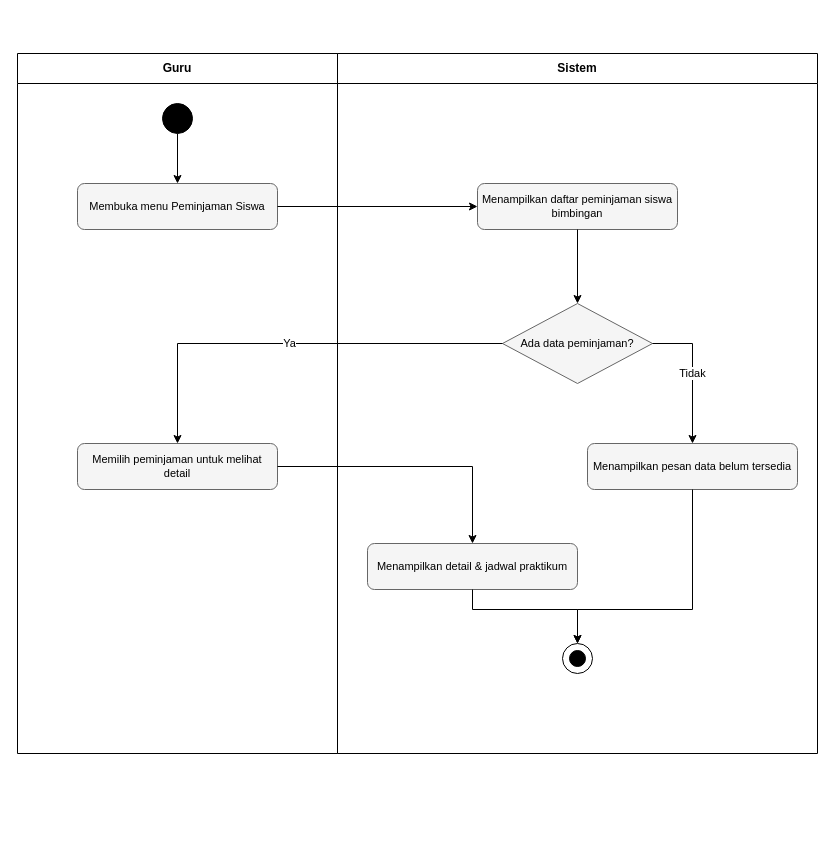
misbahlmnr/manajemen-alat-app keeps this draw.io diagram as docs/activity-diagrams/07-monitoring.drawio. Above is the earlier version. Source tidied: cells renumbered, new cells numbered last; positions are measured from the earlier drawing's top-left corner, leaving out a move shared by most shapes. Both pictures are drawn from the tidied source at 100%, with x=0, y=0 at pixel (17, 53).
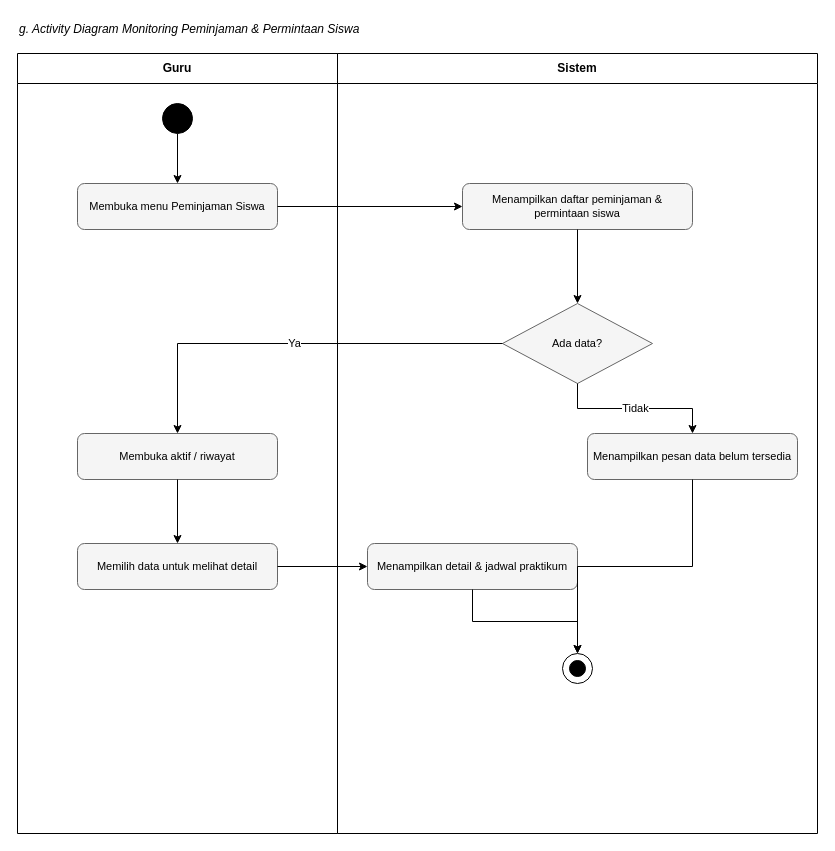
The same page after the edit.

Unchanged cells that the change refers to:
```xml
<mxCell id="10" value="Menampilkan detail &amp; jadwal praktikum" style="rounded=1;whiteSpace=wrap;html=1;fillColor=#F5F5F5;strokeColor=#666666;fontSize=11;" parent="6" vertex="1">
  <mxGeometry x="30" y="490" width="210" height="46" as="geometry" />
</mxCell>
```

Change to the diagram source:
```diff
@@
+    <mxCell id="21" value="g. Activity Diagram Monitoring Peminjaman &amp; Permintaan Siswa" style="text;html=1;strokeColor=none;fillColor=none;fontStyle=2;fontSize=12;align=left;verticalAlign=middle;" parent="1" vertex="1">
+      <mxGeometry y="-36" width="700" height="24" as="geometry" />
+    </mxCell>
     <mxCell id="2" value="Guru" style="swimlane;html=1;startSize=30;fillColor=none;strokeColor=#000000;fontStyle=1;horizontal=1;whiteSpace=wrap;" parent="1" vertex="1">
-      <mxGeometry width="320" height="700" as="geometry" />
+      <mxGeometry width="320" height="780" as="geometry" />
     </mxCell>
+    <mxCell id="6" value="Sistem" style="swimlane;html=1;startSize=30;fillColor=none;strokeColor=#000000;fontStyle=1;horizontal=1;whiteSpace=wrap;" parent="1" vertex="1">
+      <mxGeometry x="320" width="480" height="780" as="geometry" />
+    </mxCell>
@@
-    <mxCell id="5" value="Memilih peminjaman untuk melihat detail" style="rounded=1;whiteSpace=wrap;html=1;fillColor=#F5F5F5;strokeColor=#666666;fontSize=11;" parent="2" vertex="1">
-      <mxGeometry x="60" y="390" width="200" height="46" as="geometry" />
-    </mxCell>
-    <mxCell id="6" value="Sistem" style="swimlane;html=1;startSize=30;fillColor=none;strokeColor=#000000;fontStyle=1;horizontal=1;whiteSpace=wrap;" parent="1" vertex="1">
-      <mxGeometry x="320" width="480" height="700" as="geometry" />
-    </mxCell>
-    <mxCell id="7" value="Menampilkan daftar peminjaman siswa bimbingan" style="rounded=1;whiteSpace=wrap;html=1;fillColor=#F5F5F5;strokeColor=#666666;fontSize=11;" parent="6" vertex="1">
-      <mxGeometry x="140" y="130" width="200" height="46" as="geometry" />
+    <mxCell id="7" value="Menampilkan daftar peminjaman &amp; permintaan siswa" style="rounded=1;whiteSpace=wrap;html=1;fillColor=#F5F5F5;strokeColor=#666666;fontSize=11;" parent="6" vertex="1">
+      <mxGeometry x="125" y="130" width="230" height="46" as="geometry" />
     </mxCell>
-    <mxCell id="8" value="Ada data peminjaman?" style="rhombus;whiteSpace=wrap;html=1;fillColor=#F5F5F5;strokeColor=#666666;fontSize=11;" parent="6" vertex="1">
+    <mxCell id="8" value="Ada data?" style="rhombus;whiteSpace=wrap;html=1;fillColor=#F5F5F5;strokeColor=#666666;fontSize=11;" parent="6" vertex="1">
       <mxGeometry x="165" y="250" width="150" height="80" as="geometry" />
     </mxCell>
+    <mxCell id="5" value="Membuka aktif / riwayat" style="rounded=1;whiteSpace=wrap;html=1;fillColor=#F5F5F5;strokeColor=#666666;fontSize=11;" parent="2" vertex="1">
+      <mxGeometry x="60" y="380" width="200" height="46" as="geometry" />
+    </mxCell>
     <mxCell id="9" value="Menampilkan pesan data belum tersedia" style="rounded=1;whiteSpace=wrap;html=1;fillColor=#F5F5F5;strokeColor=#666666;fontSize=11;" parent="6" vertex="1">
-      <mxGeometry x="250" y="390" width="210" height="46" as="geometry" />
+      <mxGeometry x="250" y="380" width="210" height="46" as="geometry" />
     </mxCell>
+    <mxCell id="22" value="Memilih data untuk melihat detail" style="rounded=1;whiteSpace=wrap;html=1;fillColor=#F5F5F5;strokeColor=#666666;fontSize=11;" parent="2" vertex="1">
+      <mxGeometry x="60" y="490" width="200" height="46" as="geometry" />
+    </mxCell>
@@
     <mxCell id="11" style="ellipse;html=1;fillColor=none;strokeColor=#000000;strokeWidth=1;" parent="6" vertex="1">
-      <mxGeometry x="225" y="590" width="30" height="30" as="geometry" />
+      <mxGeometry x="225" y="600" width="30" height="30" as="geometry" />
     </mxCell>
@@
-    <mxCell id="17" value="Tidak" style="edgeStyle=orthogonalEdgeStyle;rounded=0;html=1;endArrow=classic;strokeColor=#000000;exitX=1;exitY=0.5;exitDx=0;exitDy=0;" parent="1" edge="1" source="8" target="9">
+    <mxCell id="17" value="Tidak" style="edgeStyle=orthogonalEdgeStyle;rounded=0;html=1;endArrow=classic;strokeColor=#000000;" parent="1" edge="1" source="8" target="9">
       <mxGeometry relative="1" as="geometry" />
     </mxCell>
-    <mxCell id="18" style="edgeStyle=orthogonalEdgeStyle;rounded=0;html=1;endArrow=classic;strokeColor=#000000;" parent="1" edge="1" source="5" target="10">
+    <mxCell id="18" style="edgeStyle=orthogonalEdgeStyle;rounded=0;html=1;endArrow=classic;strokeColor=#000000;" parent="1" edge="1" source="5" target="22">
       <mxGeometry relative="1" as="geometry" />
     </mxCell>
-    <mxCell id="19" style="edgeStyle=orthogonalEdgeStyle;rounded=0;html=1;endArrow=classic;strokeColor=#000000;" parent="1" edge="1" source="10" target="11">
-      <mxGeometry relative="1" as="geometry">
-        <Array as="points">
-          <mxPoint x="455" y="556" />
-          <mxPoint x="560" y="556" />
-        </Array>
-      </mxGeometry>
+    <mxCell id="19" style="edgeStyle=orthogonalEdgeStyle;rounded=0;html=1;endArrow=classic;strokeColor=#000000;" parent="1" edge="1" source="22" target="10">
+      <mxGeometry relative="1" as="geometry" />
     </mxCell>
-    <mxCell id="20" style="edgeStyle=orthogonalEdgeStyle;rounded=0;html=1;endArrow=classic;strokeColor=#000000;" parent="1" edge="1" source="9" target="11">
-      <mxGeometry relative="1" as="geometry">
-        <Array as="points">
-          <mxPoint x="675" y="556" />
-          <mxPoint x="560" y="556" />
-        </Array>
-      </mxGeometry>
+    <mxCell id="20" style="edgeStyle=orthogonalEdgeStyle;rounded=0;html=1;endArrow=classic;strokeColor=#000000;" parent="1" edge="1" source="10" target="11">
+      <mxGeometry relative="1" as="geometry" />
     </mxCell>
+    <mxCell id="23" style="edgeStyle=orthogonalEdgeStyle;rounded=0;html=1;endArrow=classic;strokeColor=#000000;" parent="1" edge="1" source="9" target="11">
+      <mxGeometry relative="1" as="geometry" />
+    </mxCell>
```
